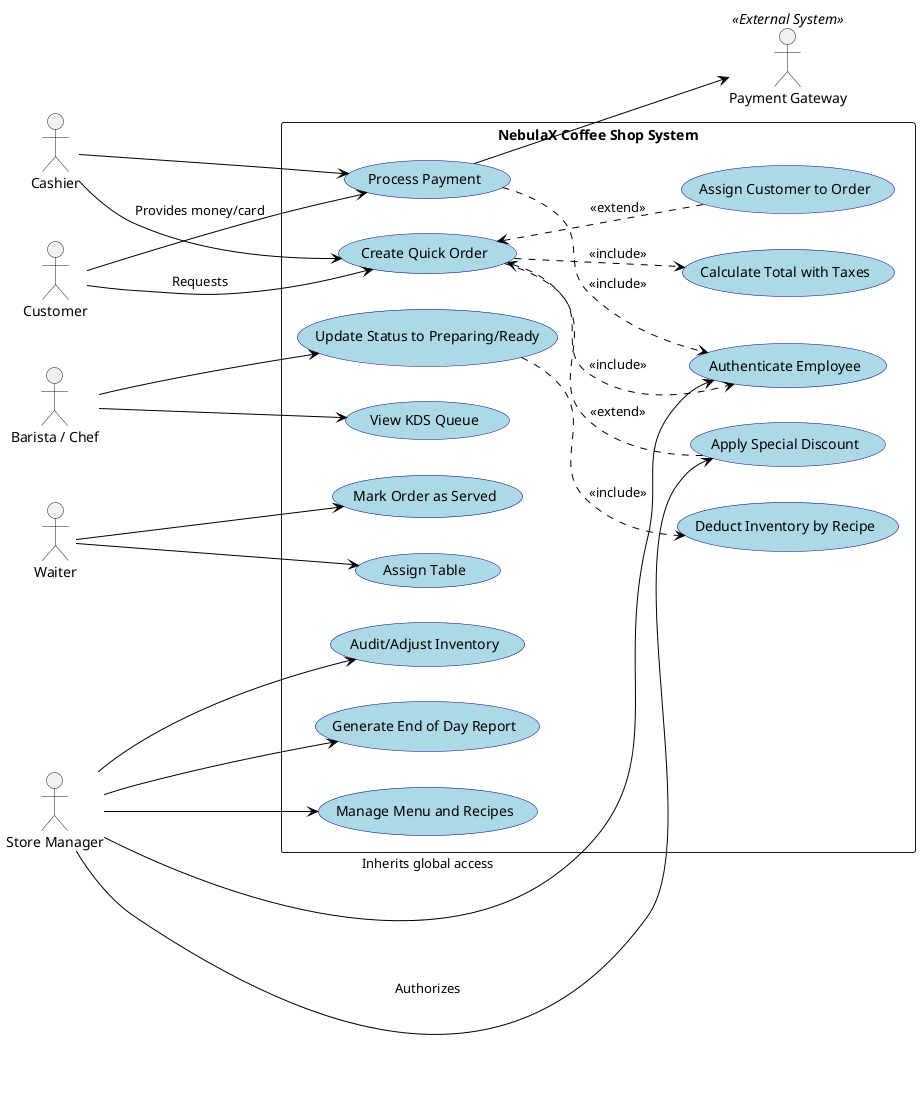
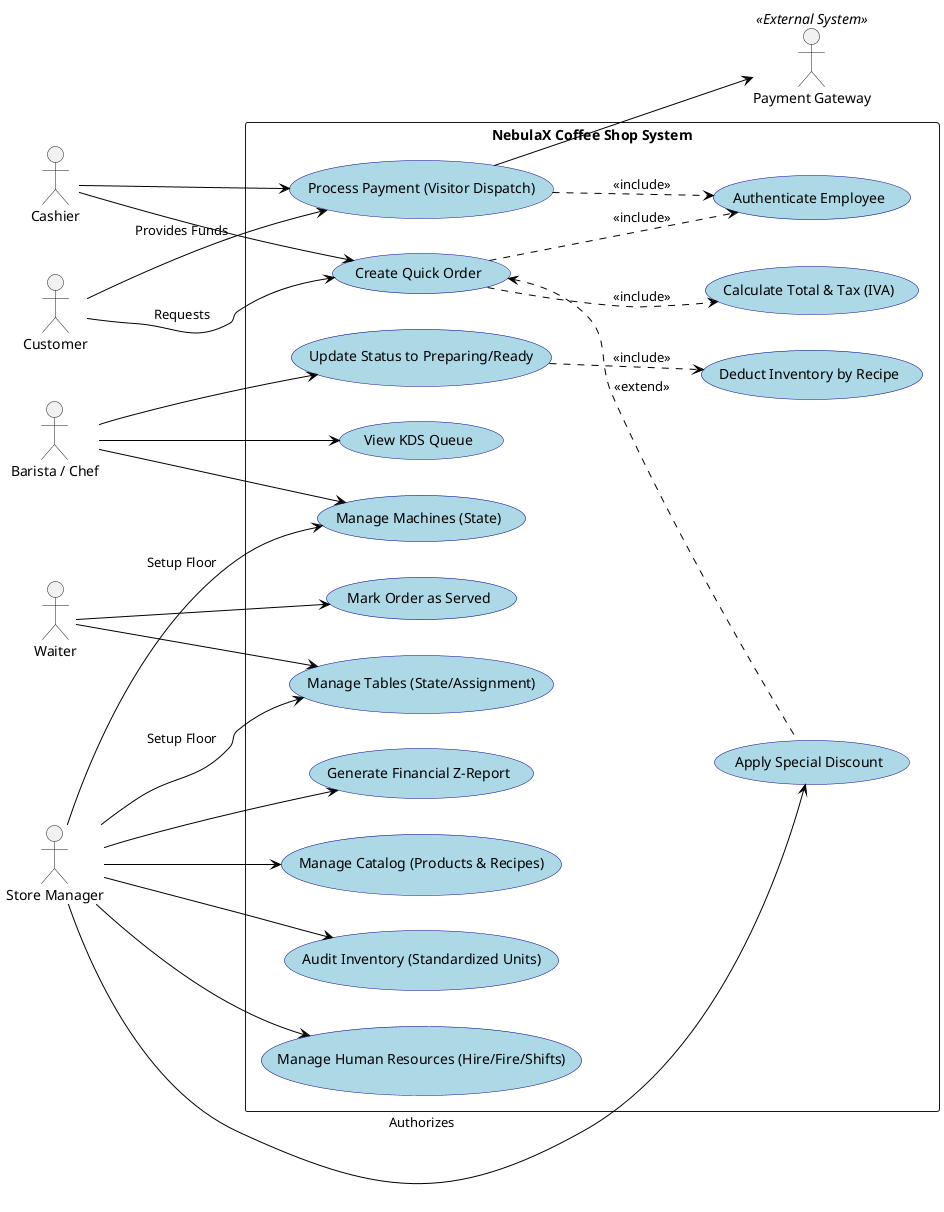
@startuml
left to right direction
skinparam packageStyle rectangle
skinparam usecase {
  BackgroundColor LightBlue
  BorderColor DarkBlue
  ArrowColor Black
}

actor "Cashier" as Cashier
actor "Barista / Chef" as Barista
actor "Waiter" as Waiter
actor "Store Manager" as Manager
actor "Customer" as Customer
actor "Payment Gateway" as PaymentGateway <<External System>>

rectangle "NebulaX Coffee Shop System" {

  ' General Security
  usecase "Authenticate Employee" as UC_Auth

  ' POS Module
  usecase "Create Quick Order" as UC_CreateOrder
-   usecase "Assign Customer to Order" as UC_AssignCustomer
-   usecase "Calculate Total with Taxes" as UC_CalcTotal
+   usecase "Calculate Total & Tax (IVA)" as UC_CalcTotal
  usecase "Apply Special Discount" as UC_Discount
-   usecase "Process Payment" as UC_Payment
+   usecase "Process Payment (Visitor Dispatch)" as UC_Payment

  ' KDS and Inventory Module
  usecase "View KDS Queue" as UC_ViewQueue
  usecase "Update Status to Preparing/Ready" as UC_Prepare
  usecase "Deduct Inventory by Recipe" as UC_DeductInv

  ' Floor Module
-   usecase "Assign Table" as UC_AssignTable
+   usecase "Manage Tables (State/Assignment)" as UC_ManageTables
+   usecase "Manage Machines (State)" as UC_ManageMachines
  usecase "Mark Order as Served" as UC_Serve

-   ' Backoffice Module
-   usecase "Manage Menu and Recipes" as UC_ManageMenu
-   usecase "Audit/Adjust Inventory" as UC_AuditInv
-   usecase "Generate End of Day Report" as UC_EndOfDay
+   ' Backoffice Module (Manager)
+   usecase "Manage Catalog (Products & Recipes)" as UC_ManageMenu
+   usecase "Audit Inventory (Standardized Units)" as UC_AuditInv
+   usecase "Manage Human Resources (Hire/Fire/Shifts)" as UC_ManageHR
+   usecase "Generate Financial Z-Report" as UC_EndOfDay
}

' Cashier Relations
Cashier --> UC_CreateOrder
Cashier --> UC_Payment

- ' Business Rules and POS Includes/Extends
+ ' POS Includes/Extends
UC_CreateOrder ..> UC_Auth : <<include>>
UC_CreateOrder ..> UC_CalcTotal : <<include>>
- UC_AssignCustomer .up.> UC_CreateOrder : <<extend>>
UC_Discount .up.> UC_CreateOrder : <<extend>>
UC_Payment ..> UC_Auth : <<include>>

' Payment interacts with an external system
UC_Payment --> PaymentGateway

- ' Barista Relations
+ ' Barista/Chef Relations
Barista --> UC_ViewQueue
Barista --> UC_Prepare
+ Barista --> UC_ManageMachines
UC_Prepare ..> UC_DeductInv : <<include>>

' Waiter Relations
- Waiter --> UC_AssignTable
+ Waiter --> UC_ManageTables
Waiter --> UC_Serve

' Manager Relations
Manager --> UC_ManageMenu
Manager --> UC_AuditInv
+ Manager --> UC_ManageHR
Manager --> UC_EndOfDay
Manager --> UC_Discount : Authorizes
- Manager --> UC_Auth : Inherits global access
+ Manager --> UC_ManageTables : Setup Floor
+ Manager --> UC_ManageMachines : Setup Floor

' Customer Relations
Customer --> UC_CreateOrder : Requests
- Customer --> UC_Payment : Provides money/card
+ Customer --> UC_Payment : Provides Funds

@enduml